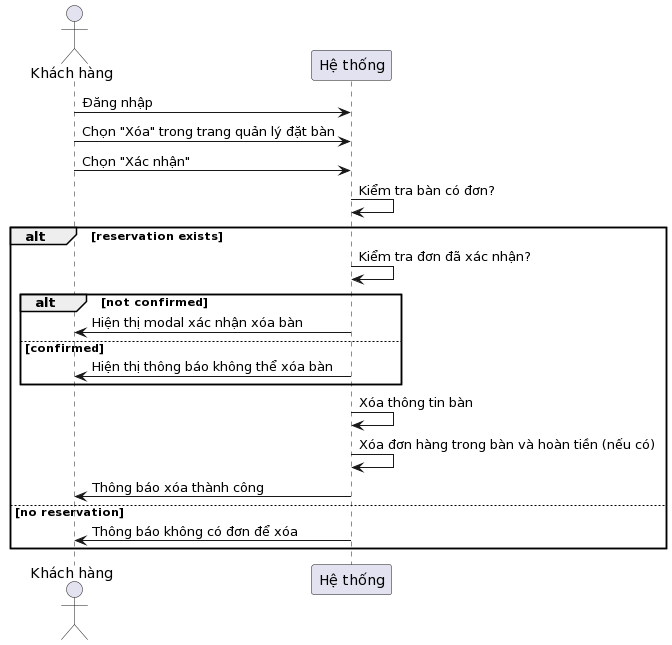
Earlier version of the PlantUML export Lab1.2/Khách hàng/Sequence/Hủy Đặt Bàn.png (TuanKhang123/SE357-Pratice-class).
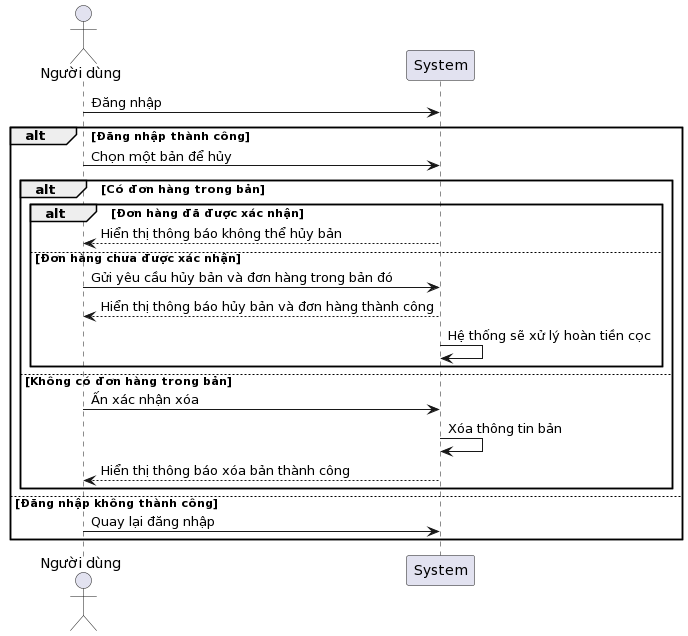
Later version of the same file.

Change to the diagram source:
```diff
@@ -1,23 +1,23 @@
 @startuml
-actor "Khách hàng" as KhachHang
-participant "Hệ thống" as HeThong
+actor User as "Người dùng"
 
-KhachHang -> HeThong : Đăng nhập
-KhachHang -> HeThong : Chọn "Xóa" trong trang quản lý đặt bàn
-KhachHang -> HeThong : Chọn "Xác nhận"
-HeThong -> HeThong : Kiểm tra bàn có đơn?
-
-alt reservation exists
-    HeThong -> HeThong : Kiểm tra đơn đã xác nhận?
-    alt not confirmed
-        HeThong -> KhachHang : Hiện thị modal xác nhận xóa bàn
-    else confirmed
-        HeThong -> KhachHang : Hiện thị thông báo không thể xóa bàn
+User -> System: Đăng nhập
+alt Đăng nhập thành công
+    User -> System: Chọn một bản để hủy
+    alt Có đơn hàng trong bản
+        alt Đơn hàng đã được xác nhận
+            System --> User: Hiển thị thông báo không thể hủy bản
+        else Đơn hàng chưa được xác nhận
+            User -> System: Gửi yêu cầu hủy bản và đơn hàng trong bản đó
+            System --> User: Hiển thị thông báo hủy bản và đơn hàng thành công
+            System -> System: Hệ thống sẽ xử lý hoàn tiền cọc
+        end
+    else Không có đơn hàng trong bản
+        User -> System: Ấn xác nhận xóa
+        System -> System: Xóa thông tin bản
+        System --> User: Hiển thị thông báo xóa bản thành công
     end
-    HeThong -> HeThong : Xóa thông tin bàn
-    HeThong -> HeThong : Xóa đơn hàng trong bàn và hoàn tiền (nếu có)
-    HeThong -> KhachHang : Thông báo xóa thành công
-else no reservation
-    HeThong -> KhachHang : Thông báo không có đơn để xóa
+else Đăng nhập không thành công
+    User -> System: Quay lại đăng nhập
 end
 @enduml
```
